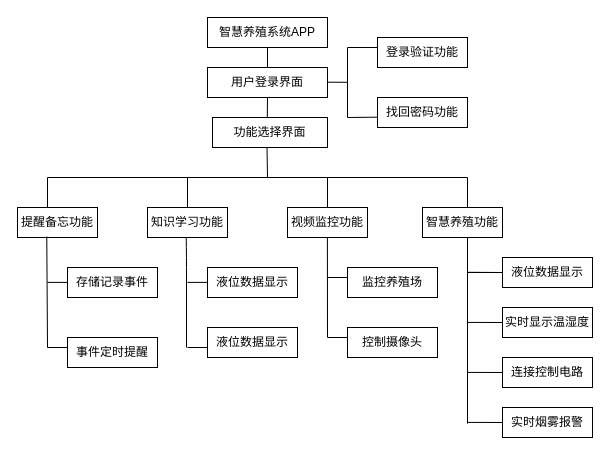
xingxing7290/Hello-World keeps this draw.io diagram as LORA.drawio. Above is the earlier version. Source tidied: cells renumbered, new cells numbered last; positions are measured from the earlier drawing's top-left corner, leaving out a move shared by most shapes. Both pictures are drawn from the tidied source at 100%, with x=0, y=0 at pixel (17, 17).
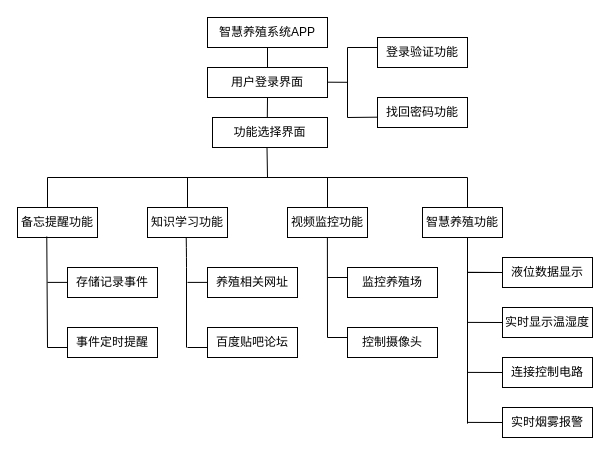
After the change.

Diff of the diagram source:
```diff
@@
-    <mxCell id="5" value="提醒备忘功能" style="rounded=0;whiteSpace=wrap;html=1;" parent="1" vertex="1">
+    <mxCell id="5" value="备忘提醒功能" style="rounded=0;whiteSpace=wrap;html=1;" parent="1" vertex="1">
       <mxGeometry y="190" width="80" height="30" as="geometry" />
     </mxCell>
@@
     <mxCell id="16" value="事件定时提醒" style="rounded=0;whiteSpace=wrap;html=1;" parent="1" vertex="1">
-      <mxGeometry x="50" y="320" width="90" height="30" as="geometry" />
+      <mxGeometry x="50" y="310" width="90" height="30" as="geometry" />
     </mxCell>
-    <mxCell id="17" value="液位数据显示" style="rounded=0;whiteSpace=wrap;html=1;" parent="1" vertex="1">
+    <mxCell id="17" value="养殖相关网址" style="rounded=0;whiteSpace=wrap;html=1;" parent="1" vertex="1">
       <mxGeometry x="190" y="250" width="90" height="30" as="geometry" />
     </mxCell>
-    <mxCell id="18" value="液位数据显示" style="rounded=0;whiteSpace=wrap;html=1;" parent="1" vertex="1">
+    <mxCell id="18" value="百度贴吧论坛" style="rounded=0;whiteSpace=wrap;html=1;" parent="1" vertex="1">
       <mxGeometry x="190" y="310" width="90" height="30" as="geometry" />
     </mxCell>
```
